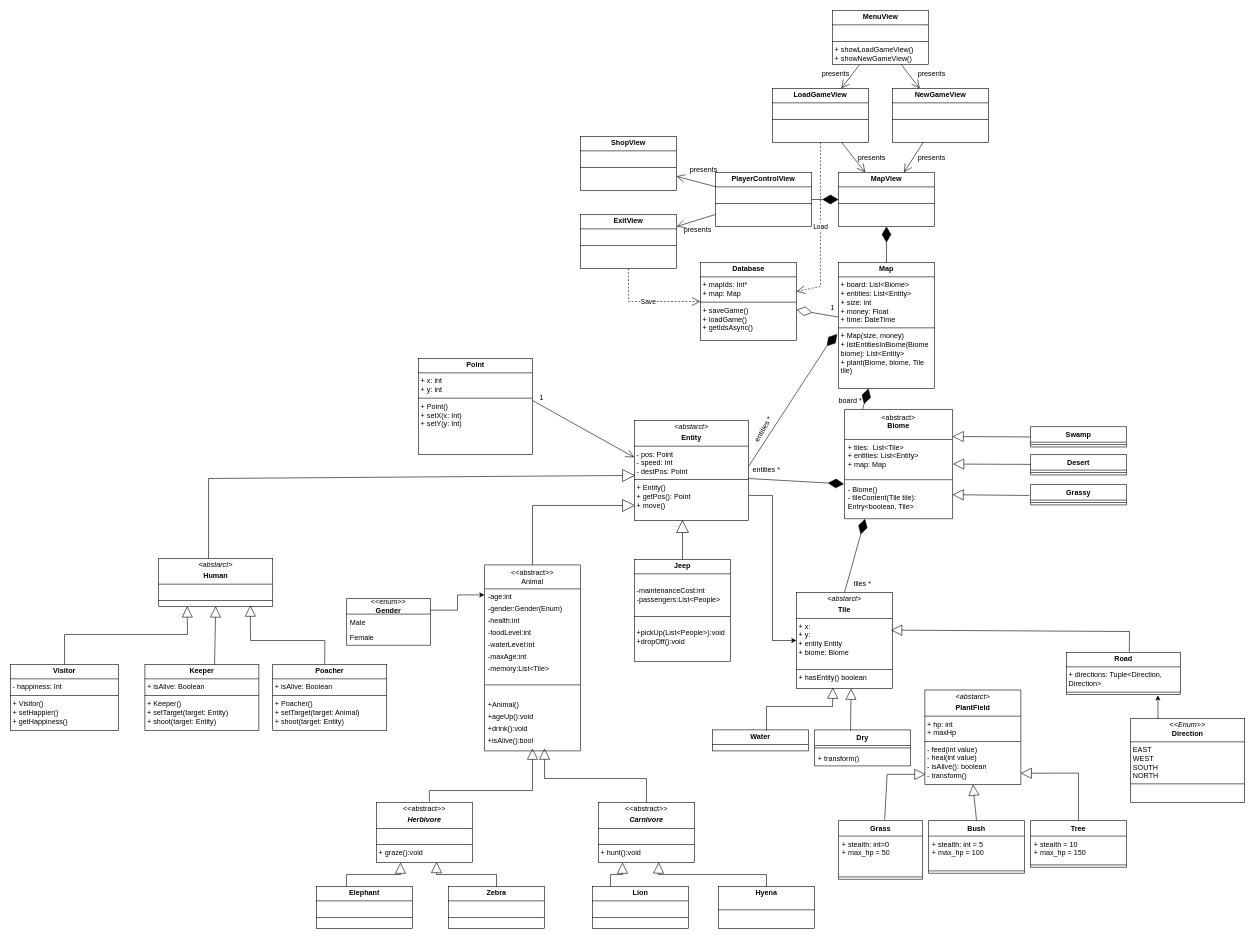
The draw.io diagram diagrams/Class_UML_diagrams/uml_diagram.drawio in AndrasMajor/SafariSimulator, before the edit. Source tidied: cells renumbered, new cells numbered last; positions are measured from the earlier drawing's top-left corner, leaving out a move shared by most shapes. Both pictures are drawn from the tidied source at 60%, with x=0, y=0 at pixel (10, 10).
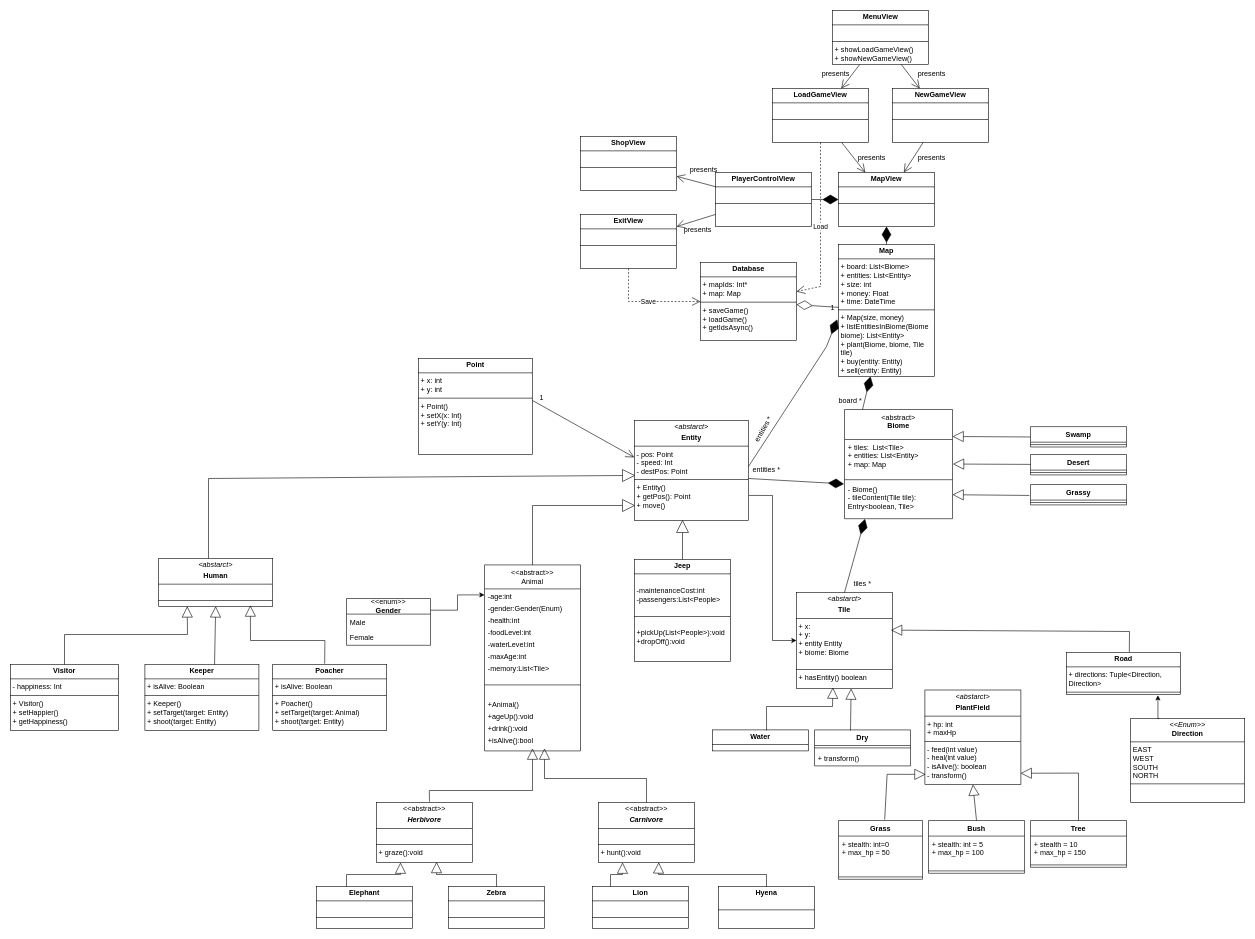
Above is the later version.

What changed in the source:
```diff
@@
-    <mxCell id="2" value="&lt;p style=&quot;margin:0px;margin-top:4px;text-align:center;&quot;&gt;&lt;b&gt;Map&lt;/b&gt;&lt;/p&gt;&lt;hr size=&quot;1&quot; style=&quot;border-style:solid;&quot;&gt;&lt;p style=&quot;margin:0px;margin-left:4px;&quot;&gt;+ board: List&amp;lt;Biome&amp;gt;&lt;/p&gt;&lt;p style=&quot;margin:0px;margin-left:4px;&quot;&gt;+ entities: List&amp;lt;Entity&amp;gt;&lt;/p&gt;&lt;p style=&quot;margin:0px;margin-left:4px;&quot;&gt;+ size: int&lt;/p&gt;&lt;p style=&quot;margin:0px;margin-left:4px;&quot;&gt;+ money: Float&lt;/p&gt;&lt;p style=&quot;margin:0px;margin-left:4px;&quot;&gt;+ time: DateTime&lt;/p&gt;&lt;hr size=&quot;1&quot; style=&quot;border-style:solid;&quot;&gt;&lt;p style=&quot;margin:0px;margin-left:4px;&quot;&gt;+ Map(size, money)&lt;/p&gt;&lt;p style=&quot;margin:0px;margin-left:4px;&quot;&gt;+ listEntitiesInBiome(Biome biome): List&amp;lt;Entity&amp;gt;&lt;/p&gt;&lt;p style=&quot;margin:0px;margin-left:4px;&quot;&gt;+ plant(Biome, biome, Tile tile)&lt;/p&gt;" style="verticalAlign=top;align=left;overflow=fill;html=1;whiteSpace=wrap;" parent="1" vertex="1">
-      <mxGeometry x="1380" y="420" width="160" height="210" as="geometry" />
+    <mxCell id="2" value="&lt;p style=&quot;margin:0px;margin-top:4px;text-align:center;&quot;&gt;&lt;b&gt;Map&lt;/b&gt;&lt;/p&gt;&lt;hr size=&quot;1&quot; style=&quot;border-style:solid;&quot;&gt;&lt;p style=&quot;margin:0px;margin-left:4px;&quot;&gt;+ board: List&amp;lt;Biome&amp;gt;&lt;/p&gt;&lt;p style=&quot;margin:0px;margin-left:4px;&quot;&gt;+ entities: List&amp;lt;Entity&amp;gt;&lt;/p&gt;&lt;p style=&quot;margin:0px;margin-left:4px;&quot;&gt;+ size: int&lt;/p&gt;&lt;p style=&quot;margin:0px;margin-left:4px;&quot;&gt;+ money: Float&lt;/p&gt;&lt;p style=&quot;margin:0px;margin-left:4px;&quot;&gt;+ time: DateTime&lt;/p&gt;&lt;hr size=&quot;1&quot; style=&quot;border-style:solid;&quot;&gt;&lt;p style=&quot;margin:0px;margin-left:4px;&quot;&gt;+ Map(size, money)&lt;/p&gt;&lt;p style=&quot;margin:0px;margin-left:4px;&quot;&gt;+ listEntitiesInBiome(Biome biome): List&amp;lt;Entity&amp;gt;&lt;/p&gt;&lt;p style=&quot;margin:0px;margin-left:4px;&quot;&gt;+ plant(Biome, biome, Tile tile)&lt;/p&gt;&lt;p style=&quot;margin:0px;margin-left:4px;&quot;&gt;+ buy(entity: Entity)&lt;/p&gt;&lt;p style=&quot;margin:0px;margin-left:4px;&quot;&gt;+ sell(entity: Entity)&lt;/p&gt;" style="verticalAlign=top;align=left;overflow=fill;html=1;whiteSpace=wrap;" parent="1" vertex="1">
+      <mxGeometry x="1380" y="390" width="160" height="220" as="geometry" />
     </mxCell>
```
